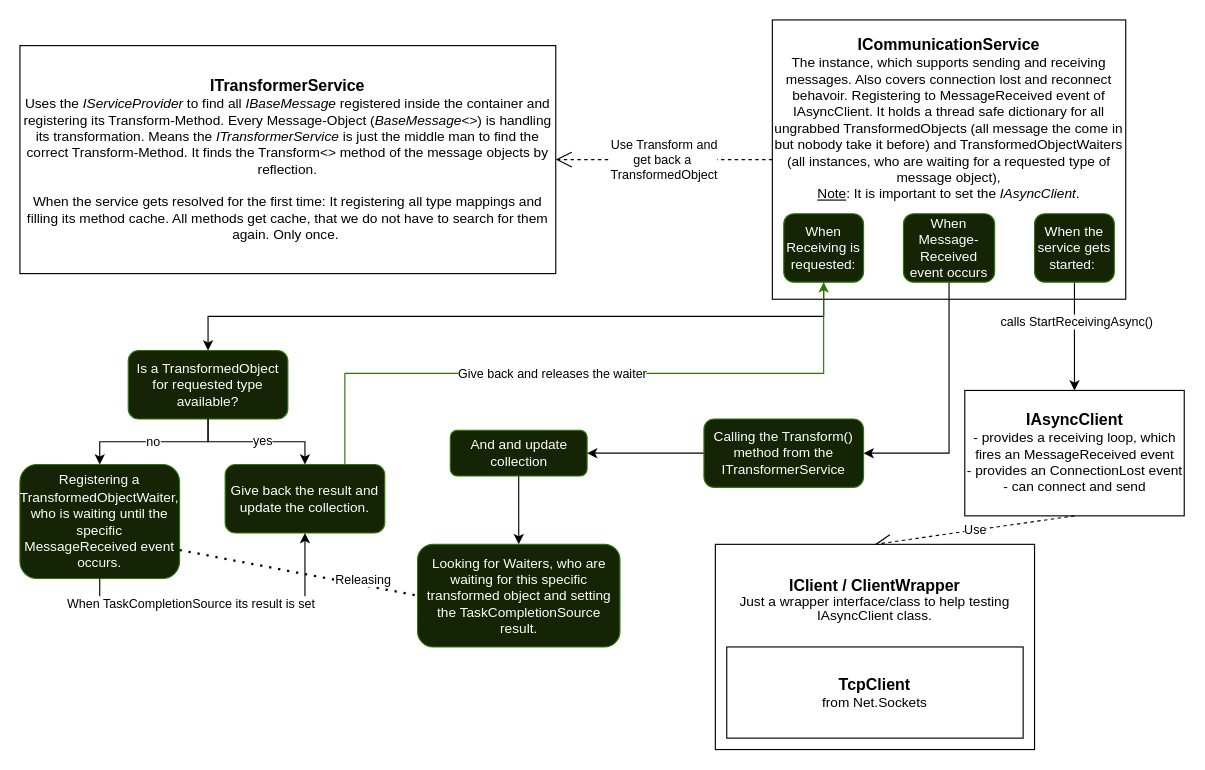
Above: docs/draws/Transformation_and_Communication.drawio in Tnail1994/BeautifulProject (draw.io), before the change. Source tidied: cells renumbered, new cells numbered last; positions are measured from the earlier drawing's top-left corner, leaving out a move shared by most shapes. Both pictures are drawn from the tidied source at 114%, with x=0, y=0 at pixel (19, 19).
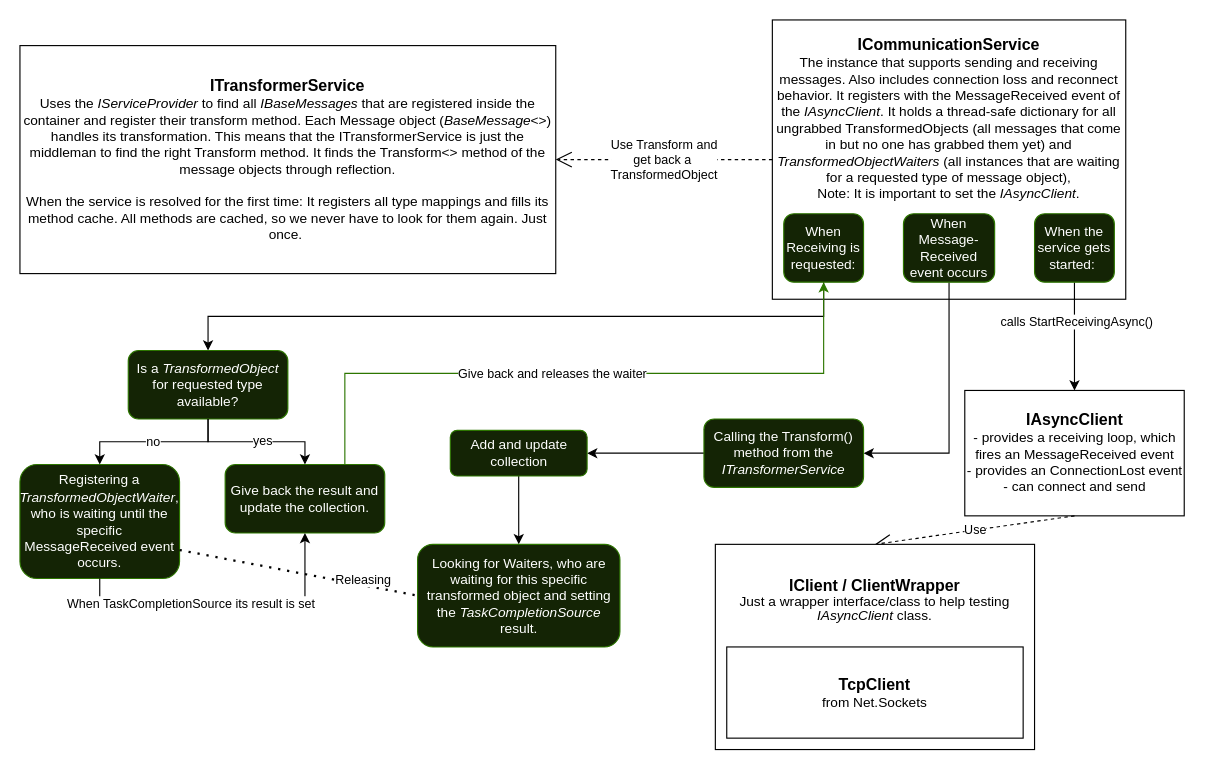
After the change.

The change refers to these unchanged cells:
```xml
<mxCell id="7" style="group;" parent="1" vertex="1">
  <mxGeometry x="610" y="460" width="280" height="180" as="geometry" />
</mxCell>
<mxCell id="24" style="group;" parent="1" vertex="1">
  <mxGeometry y="290" width="320" height="200" as="geometry" />
</mxCell>
```

What changed in the source:
```diff
@@
-    <mxCell id="2" value="&lt;font style=&quot;font-size: 14px;&quot;&gt;&lt;b&gt;ITransformerService&lt;/b&gt;&lt;/font&gt;&lt;br&gt;Uses the&amp;nbsp;&lt;i&gt;IServiceProvider&amp;nbsp;&lt;/i&gt;to find all&amp;nbsp;&lt;i&gt;IBaseMessage&amp;nbsp;&lt;/i&gt;registered inside the container and registering its Transform-Method. Every Message-Object (&lt;i&gt;BaseMessage&amp;lt;&amp;gt;&lt;/i&gt;) is handling its transformation. Means the&amp;nbsp;&lt;i&gt;ITransformerService&amp;nbsp;&lt;/i&gt;is just the middle man to find the correct Transform-Method. It finds the Transform&amp;lt;&amp;gt; method of the message objects by reflection.&lt;br&gt;&lt;br&gt;When the service gets resolved for the first time:&amp;nbsp;It registering all type mappings and filling its method cache. All methods get cache, that we do not have to search for them again. Only once.&amp;nbsp;" style="rounded=0;whiteSpace=wrap;html=1;" parent="1" vertex="1">
+    <mxCell id="2" value="&lt;font style=&quot;font-size: 14px;&quot;&gt;&lt;b&gt;ITransformerService&lt;/b&gt;&lt;/font&gt;&lt;br&gt;&lt;div&gt;Uses the &lt;i&gt;IServiceProvider &lt;/i&gt;to find all &lt;i&gt;IBaseMessages &lt;/i&gt;that are registered inside the container and register their transform method. Each Message object (&lt;i&gt;BaseMessage&lt;/i&gt;&amp;lt;&amp;gt;) handles its transformation. This means that the ITransformerService is just the middleman to find the right Transform method. It finds the Transform&amp;lt;&amp;gt; method of the message objects through reflection.&lt;/div&gt;&lt;div&gt;&lt;br&gt;&lt;/div&gt;&lt;div&gt;When the service is resolved for the first time: It registers all type mappings and fills its method cache. All methods are cached, so we never have to look for them again. Just once.&amp;nbsp;&lt;/div&gt;" style="rounded=0;whiteSpace=wrap;html=1;" parent="1" vertex="1">
       <mxGeometry y="22.5" width="470" height="200" as="geometry" />
     </mxCell>
-    <mxCell id="3" value="&lt;font style=&quot;font-size: 14px;&quot;&gt;&lt;b&gt;ICommunicationService&lt;/b&gt;&lt;/font&gt;&lt;div&gt;The instance, which supports sending and receiving messages. Also covers connection lost and reconnect behavoir. Registering to MessageReceived event of IAsyncClient. It holds a thread safe dictionary for all ungrabbed TransformedObjects (all message the come in but nobody take it before) and TransformedObjectWaiters (all instances, who are waiting for a requested type of message object),&lt;/div&gt;&lt;div&gt;&lt;u&gt;Note&lt;/u&gt;: It is important to set the &lt;i&gt;IAsyncClient&lt;/i&gt;.&lt;/div&gt;&lt;div&gt;&lt;br&gt;&lt;/div&gt;&lt;div&gt;&lt;br&gt;&lt;/div&gt;&lt;div&gt;&lt;br&gt;&lt;/div&gt;&lt;div&gt;&lt;br&gt;&lt;/div&gt;&lt;div&gt;&lt;br&gt;&lt;/div&gt;" style="rounded=0;whiteSpace=wrap;html=1;" parent="1" vertex="1">
+    <mxCell id="3" value="&lt;font style=&quot;font-size: 14px;&quot;&gt;&lt;b&gt;ICommunicationService&lt;/b&gt;&lt;/font&gt;&lt;div&gt;&lt;div&gt;The instance that supports sending and receiving messages. Also includes connection loss and reconnect behavior. It registers with the MessageReceived event of the &lt;i&gt;IAsyncClient&lt;/i&gt;. It holds a thread-safe dictionary for all ungrabbed TransformedObjects (all messages that come in but no one has grabbed them yet) and &lt;i&gt;TransformedObjectWaiters &lt;/i&gt;(all instances that are waiting for a requested type of message object),&lt;/div&gt;&lt;div&gt;Note: It is important to set the &lt;i&gt;IAsyncClient&lt;/i&gt;.&lt;/div&gt;&lt;/div&gt;&lt;div&gt;&lt;br&gt;&lt;/div&gt;&lt;div&gt;&lt;br&gt;&lt;/div&gt;&lt;div&gt;&lt;br&gt;&lt;/div&gt;&lt;div&gt;&lt;br&gt;&lt;/div&gt;&lt;div&gt;&lt;br&gt;&lt;/div&gt;" style="rounded=0;whiteSpace=wrap;html=1;" parent="1" vertex="1">
       <mxGeometry x="660" width="310" height="245" as="geometry" />
     </mxCell>
@@
-    <mxCell id="8" value="&lt;font style=&quot;font-size: 14px;&quot;&gt;&lt;b&gt;IClient / ClientWrapper&lt;/b&gt;&lt;/font&gt;&lt;div style=&quot;line-height: 100%;&quot;&gt;Just a wrapper interface/class to help testing IAsyncClient class.&lt;/div&gt;&lt;div style=&quot;line-height: 100%;&quot;&gt;&lt;br&gt;&lt;/div&gt;&lt;div style=&quot;line-height: 100%;&quot;&gt;&lt;br&gt;&lt;/div&gt;&lt;div style=&quot;line-height: 100%;&quot;&gt;&lt;br&gt;&lt;/div&gt;&lt;div style=&quot;line-height: 100%;&quot;&gt;&lt;br&gt;&lt;/div&gt;&lt;div style=&quot;line-height: 100%;&quot;&gt;&lt;br&gt;&lt;/div&gt;&lt;div style=&quot;line-height: 100%;&quot;&gt;&lt;br&gt;&lt;/div&gt;&lt;div style=&quot;line-height: 100%;&quot;&gt;&amp;nbsp;&lt;/div&gt;" style="rounded=0;whiteSpace=wrap;html=1;align=center;" parent="7" vertex="1">
+    <mxCell id="8" value="&lt;font style=&quot;font-size: 14px;&quot;&gt;&lt;b&gt;IClient / ClientWrapper&lt;/b&gt;&lt;/font&gt;&lt;div style=&quot;line-height: 100%;&quot;&gt;Just a wrapper interface/class to help testing &lt;i&gt;IAsyncClient &lt;/i&gt;class.&lt;/div&gt;&lt;div style=&quot;line-height: 100%;&quot;&gt;&lt;br&gt;&lt;/div&gt;&lt;div style=&quot;line-height: 100%;&quot;&gt;&lt;br&gt;&lt;/div&gt;&lt;div style=&quot;line-height: 100%;&quot;&gt;&lt;br&gt;&lt;/div&gt;&lt;div style=&quot;line-height: 100%;&quot;&gt;&lt;br&gt;&lt;/div&gt;&lt;div style=&quot;line-height: 100%;&quot;&gt;&lt;br&gt;&lt;/div&gt;&lt;div style=&quot;line-height: 100%;&quot;&gt;&lt;br&gt;&lt;/div&gt;&lt;div style=&quot;line-height: 100%;&quot;&gt;&amp;nbsp;&lt;/div&gt;" style="rounded=0;whiteSpace=wrap;html=1;align=center;" parent="7" vertex="1">
       <mxGeometry width="280" height="180" as="geometry" />
     </mxCell>
@@
-    <mxCell id="20" value="Calling the Transform() method from the ITransformerService" style="rounded=1;whiteSpace=wrap;html=1;fillColor=#142405;fontColor=#ffffff;strokeColor=#2D7600;" parent="1" vertex="1">
+    <mxCell id="20" value="Calling the Transform() method from the &lt;i&gt;ITransformerService&lt;/i&gt;" style="rounded=1;whiteSpace=wrap;html=1;fillColor=#142405;fontColor=#ffffff;strokeColor=#2D7600;" parent="1" vertex="1">
       <mxGeometry x="600" y="350" width="140" height="60" as="geometry" />
     </mxCell>
@@
-    <mxCell id="22" value="And and update collection" style="rounded=1;whiteSpace=wrap;html=1;fillColor=#142405;fontColor=#ffffff;strokeColor=#2D7600;" parent="1" vertex="1">
+    <mxCell id="22" value="Add and update collection" style="rounded=1;whiteSpace=wrap;html=1;fillColor=#142405;fontColor=#ffffff;strokeColor=#2D7600;" parent="1" vertex="1">
       <mxGeometry x="377.5" y="360" width="120" height="40" as="geometry" />
     </mxCell>
-    <mxCell id="23" value="Looking for Waiters, who are waiting for this specific transformed object and setting the TaskCompletionSource result." style="rounded=1;whiteSpace=wrap;html=1;fillColor=#142405;fontColor=#ffffff;strokeColor=#2D7600;" parent="1" vertex="1">
+    <mxCell id="23" value="Looking for Waiters, who are waiting for this specific transformed object and setting the &lt;i&gt;TaskCompletionSource &lt;/i&gt;result." style="rounded=1;whiteSpace=wrap;html=1;fillColor=#142405;fontColor=#ffffff;strokeColor=#2D7600;" parent="1" vertex="1">
       <mxGeometry x="348.8" y="460" width="177.5" height="90" as="geometry" />
     </mxCell>
@@
-    <mxCell id="25" value="Is a TransformedObject for requested type available?" style="rounded=1;whiteSpace=wrap;html=1;fillColor=#142405;fontColor=#ffffff;strokeColor=#2D7600;" parent="24" vertex="1">
+    <mxCell id="25" value="Is a &lt;i&gt;TransformedObject &lt;/i&gt;for requested type available?" style="rounded=1;whiteSpace=wrap;html=1;fillColor=#142405;fontColor=#ffffff;strokeColor=#2D7600;" parent="24" vertex="1">
       <mxGeometry x="95" width="140" height="60" as="geometry" />
     </mxCell>
-    <mxCell id="26" value="Registering a TransformedObjectWaiter, who is waiting until the specific MessageReceived event occurs." style="rounded=1;whiteSpace=wrap;html=1;fillColor=#142405;fontColor=#ffffff;strokeColor=#2D7600;" parent="24" vertex="1">
+    <mxCell id="26" value="Registering a &lt;i&gt;TransformedObjectWaiter&lt;/i&gt;, who is waiting until the specific MessageReceived event occurs." style="rounded=1;whiteSpace=wrap;html=1;fillColor=#142405;fontColor=#ffffff;strokeColor=#2D7600;" parent="24" vertex="1">
       <mxGeometry y="100" width="140" height="100" as="geometry" />
     </mxCell>
```
